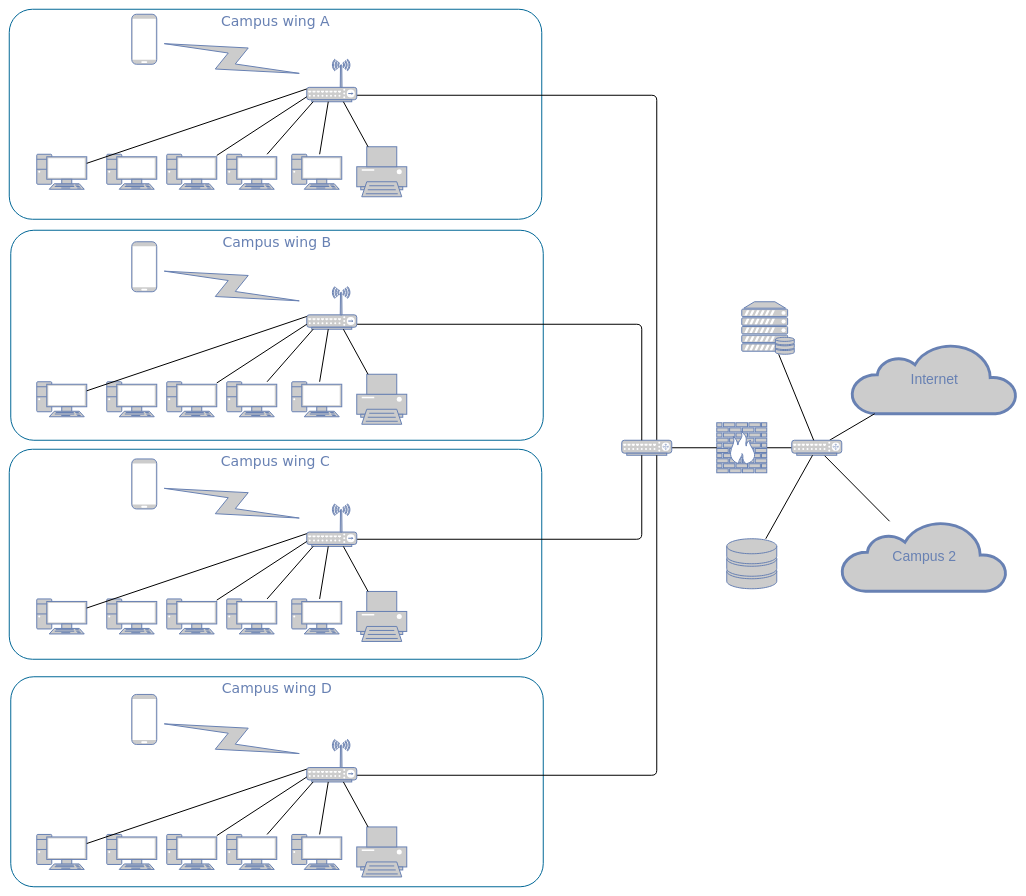
Before: documents/Untitled Diagram.drawio in wnader52/springboot-employee-rest-api, a draw.io diagram. Source tidied: cells renumbered, new cells numbered last; positions are measured from the earlier drawing's top-left corner, leaving out a move shared by most shapes. Both pictures are drawn from the tidied source at 50%, with x=0, y=0 at pixel (9, 9).
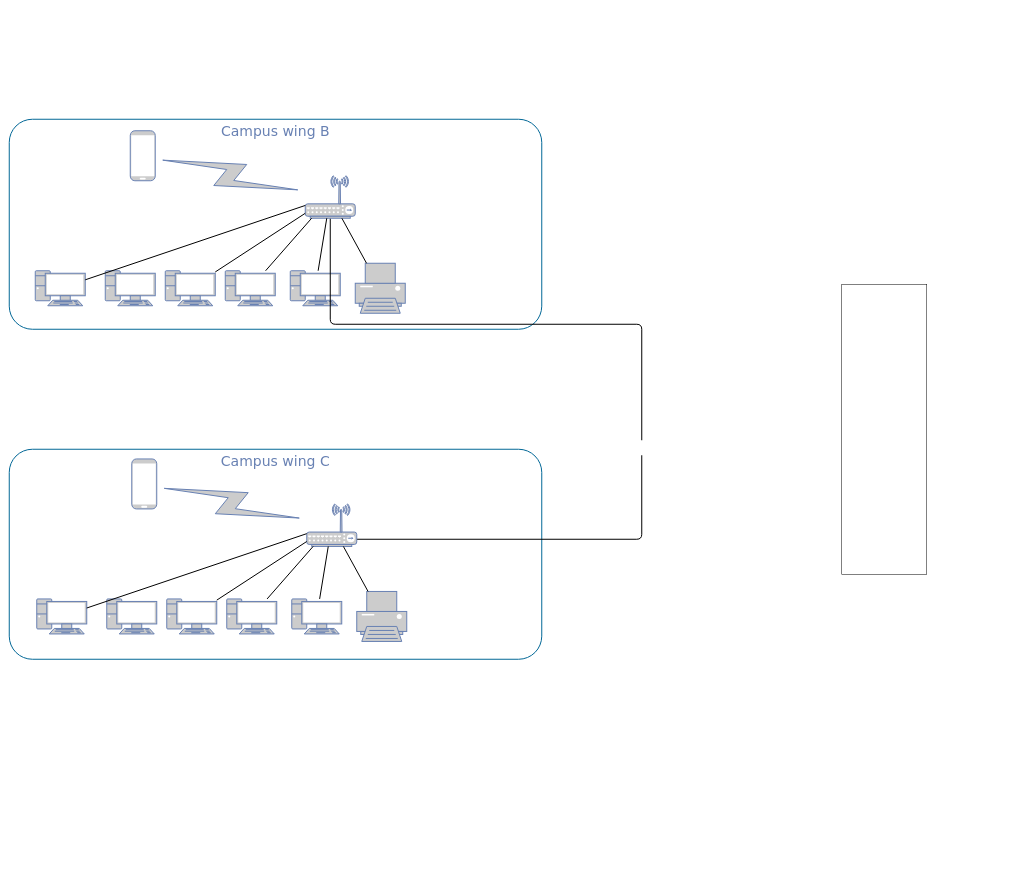
Above is the later version.

Unchanged cells that the change refers to:
```xml
<mxCell id="47" style="fontColor=#0066CC;verticalAlign=top;verticalLabelPosition=bottom;labelPosition=center;align=center;html=1;fillColor=#CCCCCC;strokeColor=#6881B3;gradientColor=none;gradientDirection=north;strokeWidth=2;shape=mxgraph.networks.wireless_hub;rounded=0;shadow=0;comic=0;" parent="1" vertex="1">
  <mxGeometry x="595" y="989.4" width="100" height="85" as="geometry" />
</mxCell>
```

Change to the diagram source:
```diff
@@
-    <mxCell id="2" value="Campus wing D" style="rounded=1;whiteSpace=wrap;html=1;shadow=0;comic=0;strokeColor=#036897;strokeWidth=2;fillColor=none;fontFamily=Verdana;fontSize=28;fontColor=#6881B3;align=center;arcSize=11;verticalAlign=top;" parent="1" vertex="1">
-      <mxGeometry x="3" y="1335" width="1065" height="420" as="geometry" />
-    </mxCell>
@@
     <mxCell id="4" value="Campus wing B" style="rounded=1;whiteSpace=wrap;html=1;shadow=0;comic=0;strokeColor=#036897;strokeWidth=2;fillColor=none;fontFamily=Verdana;fontSize=28;fontColor=#6881B3;align=center;arcSize=11;verticalAlign=top;" parent="1" vertex="1">
-      <mxGeometry x="3" y="442" width="1065" height="420" as="geometry" />
+      <mxGeometry y="220" width="1065" height="420" as="geometry" />
     </mxCell>
-    <mxCell id="5" value="Campus wing A" style="rounded=1;whiteSpace=wrap;html=1;shadow=0;comic=0;strokeColor=#036897;strokeWidth=2;fillColor=none;fontFamily=Verdana;fontSize=28;fontColor=#6881B3;align=center;arcSize=11;verticalAlign=top;" parent="1" vertex="1">
-      <mxGeometry width="1065" height="420" as="geometry" />
-    </mxCell>
-    <mxCell id="6" style="edgeStyle=none;html=1;labelBackgroundColor=none;endArrow=none;endFill=0;strokeWidth=2;fontFamily=Verdana;fontSize=28;fontColor=#6881B3;" parent="1" edge="1" source="7" target="58">
-      <mxGeometry relative="1" as="geometry" />
-    </mxCell>
-    <mxCell id="7" style="fontColor=#0066CC;verticalAlign=top;verticalLabelPosition=bottom;labelPosition=center;align=center;html=1;fillColor=#CCCCCC;strokeColor=#6881B3;gradientColor=none;gradientDirection=north;strokeWidth=2;shape=mxgraph.networks.firewall;rounded=0;shadow=0;comic=0;" parent="1" vertex="1">
-      <mxGeometry x="1415" y="827" width="100" height="100" as="geometry" />
-    </mxCell>
-    <mxCell id="8" style="edgeStyle=orthogonalEdgeStyle;html=1;labelBackgroundColor=none;endArrow=none;endFill=0;strokeWidth=2;fontFamily=Verdana;fontSize=15;fontColor=#036897;" parent="1" edge="1" source="17" target="10">
-      <mxGeometry relative="1" as="geometry">
-        <Array as="points">
-          <mxPoint x="1295" y="172" />
-        </Array>
-      </mxGeometry>
-    </mxCell>
-    <mxCell id="9" style="edgeStyle=none;html=1;labelBackgroundColor=none;endArrow=none;endFill=0;strokeWidth=2;fontFamily=Verdana;fontSize=15;fontColor=#036897;" parent="1" edge="1" source="10" target="7">
-      <mxGeometry relative="1" as="geometry" />
-    </mxCell>
-    <mxCell id="10" style="fontColor=#0066CC;verticalAlign=top;verticalLabelPosition=bottom;labelPosition=center;align=center;html=1;fillColor=#CCCCCC;strokeColor=#6881B3;gradientColor=none;gradientDirection=north;strokeWidth=2;shape=mxgraph.networks.router;rounded=0;shadow=0;comic=0;" parent="1" vertex="1">
-      <mxGeometry x="1225" y="862" width="100" height="30" as="geometry" />
-    </mxCell>
-    <mxCell id="11" style="fontColor=#0066CC;verticalAlign=top;verticalLabelPosition=bottom;labelPosition=center;align=center;html=1;fillColor=#CCCCCC;strokeColor=#6881B3;gradientColor=none;gradientDirection=north;strokeWidth=2;shape=mxgraph.networks.pc;rounded=0;shadow=0;comic=0;" parent="1" vertex="1">
-      <mxGeometry x="55" y="290" width="100" height="70" as="geometry" />
-    </mxCell>
-    <mxCell id="12" style="fontColor=#0066CC;verticalAlign=top;verticalLabelPosition=bottom;labelPosition=center;align=center;html=1;fillColor=#CCCCCC;strokeColor=#6881B3;gradientColor=none;gradientDirection=north;strokeWidth=2;shape=mxgraph.networks.pc;rounded=0;shadow=0;comic=0;" parent="1" vertex="1">
-      <mxGeometry x="195" y="290" width="100" height="70" as="geometry" />
-    </mxCell>
-    <mxCell id="13" style="fontColor=#0066CC;verticalAlign=top;verticalLabelPosition=bottom;labelPosition=center;align=center;html=1;fillColor=#CCCCCC;strokeColor=#6881B3;gradientColor=none;gradientDirection=north;strokeWidth=2;shape=mxgraph.networks.pc;rounded=0;shadow=0;comic=0;" parent="1" vertex="1">
-      <mxGeometry x="315" y="290" width="100" height="70" as="geometry" />
-    </mxCell>
-    <mxCell id="14" style="fontColor=#0066CC;verticalAlign=top;verticalLabelPosition=bottom;labelPosition=center;align=center;html=1;fillColor=#CCCCCC;strokeColor=#6881B3;gradientColor=none;gradientDirection=north;strokeWidth=2;shape=mxgraph.networks.pc;rounded=0;shadow=0;comic=0;" parent="1" vertex="1">
-      <mxGeometry x="435" y="290" width="100" height="70" as="geometry" />
-    </mxCell>
-    <mxCell id="15" style="fontColor=#0066CC;verticalAlign=top;verticalLabelPosition=bottom;labelPosition=center;align=center;html=1;fillColor=#CCCCCC;strokeColor=#6881B3;gradientColor=none;gradientDirection=north;strokeWidth=2;shape=mxgraph.networks.pc;rounded=0;shadow=0;comic=0;" parent="1" vertex="1">
-      <mxGeometry x="565" y="290" width="100" height="70" as="geometry" />
-    </mxCell>
-    <mxCell id="16" style="fontColor=#0066CC;verticalAlign=top;verticalLabelPosition=bottom;labelPosition=center;align=center;html=1;fillColor=#CCCCCC;strokeColor=#6881B3;gradientColor=none;gradientDirection=north;strokeWidth=2;shape=mxgraph.networks.printer;rounded=0;shadow=0;comic=0;" parent="1" vertex="1">
-      <mxGeometry x="695" y="275" width="100" height="100" as="geometry" />
-    </mxCell>
-    <mxCell id="17" style="fontColor=#0066CC;verticalAlign=top;verticalLabelPosition=bottom;labelPosition=center;align=center;html=1;fillColor=#CCCCCC;strokeColor=#6881B3;gradientColor=none;gradientDirection=north;strokeWidth=2;shape=mxgraph.networks.wireless_hub;rounded=0;shadow=0;comic=0;" parent="1" vertex="1">
-      <mxGeometry x="595" y="100" width="100" height="85" as="geometry" />
-    </mxCell>
-    <mxCell id="18" style="edgeStyle=none;html=1;labelBackgroundColor=none;endArrow=none;endFill=0;strokeWidth=2;fontFamily=Verdana;fontSize=15;fontColor=#036897;" parent="1" edge="1" source="11" target="17">
-      <mxGeometry relative="1" as="geometry" />
-    </mxCell>
-    <mxCell id="19" style="edgeStyle=none;html=1;labelBackgroundColor=none;endArrow=none;endFill=0;strokeWidth=2;fontFamily=Verdana;fontSize=15;fontColor=#036897;" parent="1" edge="1" source="13" target="17">
-      <mxGeometry relative="1" as="geometry" />
-    </mxCell>
-    <mxCell id="20" style="edgeStyle=none;html=1;labelBackgroundColor=none;endArrow=none;endFill=0;strokeWidth=2;fontFamily=Verdana;fontSize=15;fontColor=#036897;" parent="1" edge="1" source="14" target="17">
-      <mxGeometry relative="1" as="geometry" />
-    </mxCell>
-    <mxCell id="21" style="edgeStyle=none;html=1;labelBackgroundColor=none;endArrow=none;endFill=0;strokeWidth=2;fontFamily=Verdana;fontSize=15;fontColor=#036897;" parent="1" edge="1" source="15" target="17">
-      <mxGeometry relative="1" as="geometry" />
-    </mxCell>
-    <mxCell id="22" style="edgeStyle=none;html=1;labelBackgroundColor=none;endArrow=none;endFill=0;strokeWidth=2;fontFamily=Verdana;fontSize=15;fontColor=#036897;" parent="1" edge="1" source="16" target="17">
-      <mxGeometry relative="1" as="geometry" />
-    </mxCell>
-    <mxCell id="23" style="html=1;fillColor=#CCCCCC;strokeColor=#6881B3;gradientColor=none;gradientDirection=north;strokeWidth=2;shape=mxgraph.networks.comm_link_edge;html=1;labelBackgroundColor=none;endArrow=none;endFill=0;fontFamily=Verdana;fontSize=20;" parent="1" edge="1" source="17" target="24">
-      <mxGeometry relative="1" as="geometry" />
-    </mxCell>
-    <mxCell id="24" style="fontColor=#0066CC;verticalAlign=top;verticalLabelPosition=bottom;labelPosition=center;align=center;html=1;fillColor=#CCCCCC;strokeColor=#6881B3;gradientColor=none;gradientDirection=north;strokeWidth=2;shape=mxgraph.networks.mobile;rounded=0;shadow=0;comic=0;" parent="1" vertex="1">
-      <mxGeometry x="245" y="10" width="50" height="100" as="geometry" />
-    </mxCell>
     <mxCell id="25" style="fontColor=#0066CC;verticalAlign=top;verticalLabelPosition=bottom;labelPosition=center;align=center;html=1;fillColor=#CCCCCC;strokeColor=#6881B3;gradientColor=none;gradientDirection=north;strokeWidth=2;shape=mxgraph.networks.pc;rounded=0;shadow=0;comic=0;" parent="1" vertex="1">
-      <mxGeometry x="55" y="745" width="100" height="70" as="geometry" />
+      <mxGeometry x="52" y="523" width="100" height="70" as="geometry" />
     </mxCell>
     <mxCell id="26" style="fontColor=#0066CC;verticalAlign=top;verticalLabelPosition=bottom;labelPosition=center;align=center;html=1;fillColor=#CCCCCC;strokeColor=#6881B3;gradientColor=none;gradientDirection=north;strokeWidth=2;shape=mxgraph.networks.pc;rounded=0;shadow=0;comic=0;" parent="1" vertex="1">
-      <mxGeometry x="195" y="745" width="100" height="70" as="geometry" />
+      <mxGeometry x="192" y="523" width="100" height="70" as="geometry" />
     </mxCell>
     <mxCell id="27" style="fontColor=#0066CC;verticalAlign=top;verticalLabelPosition=bottom;labelPosition=center;align=center;html=1;fillColor=#CCCCCC;strokeColor=#6881B3;gradientColor=none;gradientDirection=north;strokeWidth=2;shape=mxgraph.networks.pc;rounded=0;shadow=0;comic=0;" parent="1" vertex="1">
-      <mxGeometry x="315" y="745" width="100" height="70" as="geometry" />
+      <mxGeometry x="312" y="523" width="100" height="70" as="geometry" />
     </mxCell>
     <mxCell id="28" style="fontColor=#0066CC;verticalAlign=top;verticalLabelPosition=bottom;labelPosition=center;align=center;html=1;fillColor=#CCCCCC;strokeColor=#6881B3;gradientColor=none;gradientDirection=north;strokeWidth=2;shape=mxgraph.networks.pc;rounded=0;shadow=0;comic=0;" parent="1" vertex="1">
-      <mxGeometry x="435" y="745" width="100" height="70" as="geometry" />
+      <mxGeometry x="432" y="523" width="100" height="70" as="geometry" />
     </mxCell>
     <mxCell id="29" style="fontColor=#0066CC;verticalAlign=top;verticalLabelPosition=bottom;labelPosition=center;align=center;html=1;fillColor=#CCCCCC;strokeColor=#6881B3;gradientColor=none;gradientDirection=north;strokeWidth=2;shape=mxgraph.networks.pc;rounded=0;shadow=0;comic=0;" parent="1" vertex="1">
-      <mxGeometry x="565" y="745" width="100" height="70" as="geometry" />
+      <mxGeometry x="562" y="523" width="100" height="70" as="geometry" />
     </mxCell>
     <mxCell id="30" style="fontColor=#0066CC;verticalAlign=top;verticalLabelPosition=bottom;labelPosition=center;align=center;html=1;fillColor=#CCCCCC;strokeColor=#6881B3;gradientColor=none;gradientDirection=north;strokeWidth=2;shape=mxgraph.networks.printer;rounded=0;shadow=0;comic=0;" parent="1" vertex="1">
-      <mxGeometry x="695" y="730" width="100" height="100" as="geometry" />
+      <mxGeometry x="692" y="508" width="100" height="100" as="geometry" />
     </mxCell>
-    <mxCell id="31" style="edgeStyle=orthogonalEdgeStyle;html=1;labelBackgroundColor=none;endArrow=none;endFill=0;strokeWidth=2;fontFamily=Verdana;fontSize=15;fontColor=#036897;" parent="1" edge="1" source="32" target="10">
+    <mxCell id="31" style="edgeStyle=orthogonalEdgeStyle;html=1;labelBackgroundColor=none;endArrow=none;endFill=0;strokeWidth=2;fontFamily=Verdana;fontSize=15;fontColor=#036897;" parent="1" edge="1" source="32">
       <mxGeometry relative="1" as="geometry">
+        <mxPoint x="1265" y="862" as="targetPoint" />
         <Array as="points">
           <mxPoint x="1265" y="630" />
         </Array>
       </mxGeometry>
     </mxCell>
     <mxCell id="32" style="fontColor=#0066CC;verticalAlign=top;verticalLabelPosition=bottom;labelPosition=center;align=center;html=1;fillColor=#CCCCCC;strokeColor=#6881B3;gradientColor=none;gradientDirection=north;strokeWidth=2;shape=mxgraph.networks.wireless_hub;rounded=0;shadow=0;comic=0;" parent="1" vertex="1">
-      <mxGeometry x="595" y="555" width="100" height="85" as="geometry" />
+      <mxGeometry x="592" y="333" width="100" height="85" as="geometry" />
     </mxCell>
@@
     <mxCell id="39" style="fontColor=#0066CC;verticalAlign=top;verticalLabelPosition=bottom;labelPosition=center;align=center;html=1;fillColor=#CCCCCC;strokeColor=#6881B3;gradientColor=none;gradientDirection=north;strokeWidth=2;shape=mxgraph.networks.mobile;rounded=0;shadow=0;comic=0;" parent="1" vertex="1">
-      <mxGeometry x="245" y="465" width="50" height="100" as="geometry" />
+      <mxGeometry x="242" y="243" width="50" height="100" as="geometry" />
     </mxCell>
@@
-    <mxCell id="46" style="edgeStyle=orthogonalEdgeStyle;html=1;labelBackgroundColor=none;endArrow=none;endFill=0;strokeWidth=2;fontFamily=Verdana;fontSize=15;fontColor=#036897;" parent="1" edge="1" source="47" target="10">
+    <mxCell id="46" style="edgeStyle=orthogonalEdgeStyle;html=1;labelBackgroundColor=none;endArrow=none;endFill=0;strokeWidth=2;fontFamily=Verdana;fontSize=15;fontColor=#036897;" parent="1" edge="1" source="47">
       <mxGeometry relative="1" as="geometry">
+        <mxPoint x="1265" y="892" as="targetPoint" />
         <Array as="points">
           <mxPoint x="1265" y="1060" />
         </Array>
       </mxGeometry>
     </mxCell>
@@
-    <mxCell id="55" value="Internet" style="html=1;fillColor=#CCCCCC;strokeColor=#6881B3;gradientColor=none;gradientDirection=north;strokeWidth=2;shape=mxgraph.networks.cloud;fontColor=#6881B3;rounded=0;shadow=0;comic=0;align=center;fontSize=28;" parent="1" vertex="1">
-      <mxGeometry x="1685" y="669" width="330" height="140" as="geometry" />
-    </mxCell>
-    <mxCell id="56" style="edgeStyle=none;html=1;labelBackgroundColor=none;endArrow=none;endFill=0;strokeWidth=2;fontFamily=Verdana;fontSize=28;fontColor=#6881B3;" parent="1" edge="1" source="58" target="55">
-      <mxGeometry relative="1" as="geometry" />
-    </mxCell>
-    <mxCell id="57" style="edgeStyle=none;html=1;labelBackgroundColor=none;endArrow=none;endFill=0;strokeWidth=2;fontFamily=Verdana;fontSize=28;fontColor=#6881B3;" parent="1" edge="1" source="58" target="78">
-      <mxGeometry relative="1" as="geometry" />
-    </mxCell>
-    <mxCell id="58" style="fontColor=#0066CC;verticalAlign=top;verticalLabelPosition=bottom;labelPosition=center;align=center;html=1;fillColor=#CCCCCC;strokeColor=#6881B3;gradientColor=none;gradientDirection=north;strokeWidth=2;shape=mxgraph.networks.router;rounded=0;shadow=0;comic=0;" parent="1" vertex="1">
-      <mxGeometry x="1565" y="862" width="100" height="30" as="geometry" />
-    </mxCell>
-    <mxCell id="59" style="edgeStyle=none;html=1;labelBackgroundColor=none;endArrow=none;endFill=0;strokeWidth=2;fontFamily=Verdana;fontSize=28;fontColor=#6881B3;" parent="1" edge="1" source="60" target="58">
-      <mxGeometry relative="1" as="geometry" />
-    </mxCell>
-    <mxCell id="60" style="fontColor=#0066CC;verticalAlign=top;verticalLabelPosition=bottom;labelPosition=center;align=center;html=1;fillColor=#CCCCCC;strokeColor=#6881B3;gradientColor=none;gradientDirection=north;strokeWidth=2;shape=mxgraph.networks.storage;rounded=0;shadow=0;comic=0;" parent="1" vertex="1">
-      <mxGeometry x="1435" y="1059" width="100" height="100" as="geometry" />
-    </mxCell>
-    <mxCell id="61" style="edgeStyle=none;html=1;labelBackgroundColor=none;endArrow=none;endFill=0;strokeWidth=2;fontFamily=Verdana;fontSize=28;fontColor=#6881B3;" parent="1" edge="1" source="62" target="58">
-      <mxGeometry relative="1" as="geometry" />
-    </mxCell>
-    <mxCell id="62" style="fontColor=#0066CC;verticalAlign=top;verticalLabelPosition=bottom;labelPosition=center;align=center;html=1;fillColor=#CCCCCC;strokeColor=#6881B3;gradientColor=none;gradientDirection=north;strokeWidth=2;shape=mxgraph.networks.server_storage;rounded=0;shadow=0;comic=0;" parent="1" vertex="1">
-      <mxGeometry x="1465" y="585" width="105" height="105" as="geometry" />
-    </mxCell>
-    <mxCell id="63" style="fontColor=#0066CC;verticalAlign=top;verticalLabelPosition=bottom;labelPosition=center;align=center;html=1;fillColor=#CCCCCC;strokeColor=#6881B3;gradientColor=none;gradientDirection=north;strokeWidth=2;shape=mxgraph.networks.pc;rounded=0;shadow=0;comic=0;" parent="1" vertex="1">
-      <mxGeometry x="55" y="1650.4" width="100" height="70" as="geometry" />
-    </mxCell>
-    <mxCell id="64" style="fontColor=#0066CC;verticalAlign=top;verticalLabelPosition=bottom;labelPosition=center;align=center;html=1;fillColor=#CCCCCC;strokeColor=#6881B3;gradientColor=none;gradientDirection=north;strokeWidth=2;shape=mxgraph.networks.pc;rounded=0;shadow=0;comic=0;" parent="1" vertex="1">
-      <mxGeometry x="195" y="1650.4" width="100" height="70" as="geometry" />
-    </mxCell>
-    <mxCell id="65" style="fontColor=#0066CC;verticalAlign=top;verticalLabelPosition=bottom;labelPosition=center;align=center;html=1;fillColor=#CCCCCC;strokeColor=#6881B3;gradientColor=none;gradientDirection=north;strokeWidth=2;shape=mxgraph.networks.pc;rounded=0;shadow=0;comic=0;" parent="1" vertex="1">
-      <mxGeometry x="315" y="1650.4" width="100" height="70" as="geometry" />
-    </mxCell>
-    <mxCell id="66" style="fontColor=#0066CC;verticalAlign=top;verticalLabelPosition=bottom;labelPosition=center;align=center;html=1;fillColor=#CCCCCC;strokeColor=#6881B3;gradientColor=none;gradientDirection=north;strokeWidth=2;shape=mxgraph.networks.pc;rounded=0;shadow=0;comic=0;" parent="1" vertex="1">
-      <mxGeometry x="435" y="1650.4" width="100" height="70" as="geometry" />
-    </mxCell>
-    <mxCell id="67" style="fontColor=#0066CC;verticalAlign=top;verticalLabelPosition=bottom;labelPosition=center;align=center;html=1;fillColor=#CCCCCC;strokeColor=#6881B3;gradientColor=none;gradientDirection=north;strokeWidth=2;shape=mxgraph.networks.pc;rounded=0;shadow=0;comic=0;" parent="1" vertex="1">
-      <mxGeometry x="565" y="1650.4" width="100" height="70" as="geometry" />
-    </mxCell>
-    <mxCell id="68" style="fontColor=#0066CC;verticalAlign=top;verticalLabelPosition=bottom;labelPosition=center;align=center;html=1;fillColor=#CCCCCC;strokeColor=#6881B3;gradientColor=none;gradientDirection=north;strokeWidth=2;shape=mxgraph.networks.printer;rounded=0;shadow=0;comic=0;" parent="1" vertex="1">
-      <mxGeometry x="695" y="1635.4" width="100" height="100" as="geometry" />
-    </mxCell>
-    <mxCell id="69" style="edgeStyle=orthogonalEdgeStyle;html=1;labelBackgroundColor=none;endArrow=none;endFill=0;strokeWidth=2;fontFamily=Verdana;fontSize=28;fontColor=#6881B3;" parent="1" edge="1" source="70" target="10">
-      <mxGeometry relative="1" as="geometry">
-        <Array as="points">
-          <mxPoint x="1295" y="1532" />
-        </Array>
-      </mxGeometry>
-    </mxCell>
-    <mxCell id="70" style="fontColor=#0066CC;verticalAlign=top;verticalLabelPosition=bottom;labelPosition=center;align=center;html=1;fillColor=#CCCCCC;strokeColor=#6881B3;gradientColor=none;gradientDirection=north;strokeWidth=2;shape=mxgraph.networks.wireless_hub;rounded=0;shadow=0;comic=0;" parent="1" vertex="1">
-      <mxGeometry x="595" y="1460.4" width="100" height="85" as="geometry" />
-    </mxCell>
-    <mxCell id="71" style="edgeStyle=none;html=1;labelBackgroundColor=none;endArrow=none;endFill=0;strokeWidth=2;fontFamily=Verdana;fontSize=15;fontColor=#036897;" parent="1" edge="1" source="63" target="70">
-      <mxGeometry relative="1" as="geometry" />
-    </mxCell>
-    <mxCell id="72" style="edgeStyle=none;html=1;labelBackgroundColor=none;endArrow=none;endFill=0;strokeWidth=2;fontFamily=Verdana;fontSize=15;fontColor=#036897;" parent="1" edge="1" source="65" target="70">
-      <mxGeometry relative="1" as="geometry" />
-    </mxCell>
-    <mxCell id="73" style="edgeStyle=none;html=1;labelBackgroundColor=none;endArrow=none;endFill=0;strokeWidth=2;fontFamily=Verdana;fontSize=15;fontColor=#036897;" parent="1" edge="1" source="66" target="70">
-      <mxGeometry relative="1" as="geometry" />
-    </mxCell>
-    <mxCell id="74" style="edgeStyle=none;html=1;labelBackgroundColor=none;endArrow=none;endFill=0;strokeWidth=2;fontFamily=Verdana;fontSize=15;fontColor=#036897;" parent="1" edge="1" source="67" target="70">
-      <mxGeometry relative="1" as="geometry" />
-    </mxCell>
-    <mxCell id="75" style="edgeStyle=none;html=1;labelBackgroundColor=none;endArrow=none;endFill=0;strokeWidth=2;fontFamily=Verdana;fontSize=15;fontColor=#036897;" parent="1" edge="1" source="68" target="70">
-      <mxGeometry relative="1" as="geometry" />
-    </mxCell>
-    <mxCell id="76" style="html=1;fillColor=#CCCCCC;strokeColor=#6881B3;gradientColor=none;gradientDirection=north;strokeWidth=2;shape=mxgraph.networks.comm_link_edge;html=1;labelBackgroundColor=none;endArrow=none;endFill=0;fontFamily=Verdana;fontSize=20;" parent="1" edge="1" source="70" target="77">
-      <mxGeometry relative="1" as="geometry" />
-    </mxCell>
-    <mxCell id="77" style="fontColor=#0066CC;verticalAlign=top;verticalLabelPosition=bottom;labelPosition=center;align=center;html=1;fillColor=#CCCCCC;strokeColor=#6881B3;gradientColor=none;gradientDirection=north;strokeWidth=2;shape=mxgraph.networks.mobile;rounded=0;shadow=0;comic=0;" parent="1" vertex="1">
-      <mxGeometry x="245" y="1370.4" width="50" height="100" as="geometry" />
-    </mxCell>
-    <mxCell id="78" value="Campus 2" style="html=1;fillColor=#CCCCCC;strokeColor=#6881B3;gradientColor=none;gradientDirection=north;strokeWidth=2;shape=mxgraph.networks.cloud;fontColor=#6881B3;rounded=0;shadow=0;comic=0;align=center;fontSize=28;" parent="1" vertex="1">
-      <mxGeometry x="1665" y="1024" width="330" height="140" as="geometry" />
-    </mxCell>
+    <mxCell id="79" style="rounded=0;whiteSpace=wrap;html=1;" parent="1" vertex="1">
+      <mxGeometry x="1665" y="550" width="170" height="580" as="geometry" />
+    </mxCell>
```
